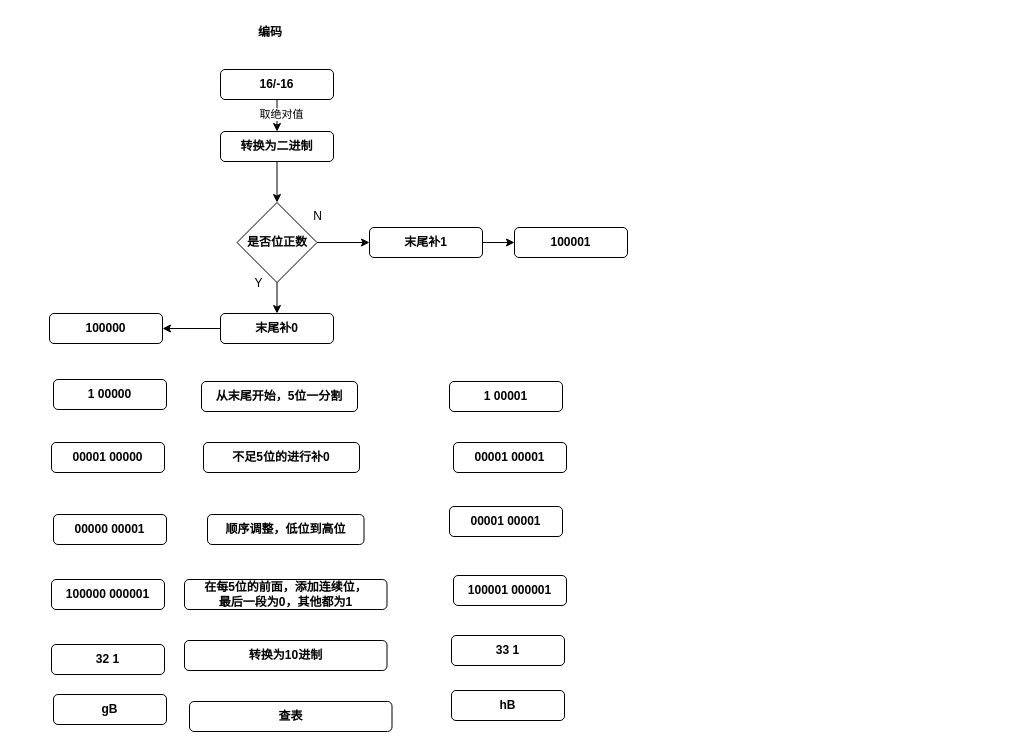
This is page "sourcemap" (6 of 6) of webpack/webpack5/webpack.drawio from nianxiongdi/fore-end, a draw.io file, before an edit. Source tidied: cells renumbered, new cells numbered last; positions are measured from the earlier drawing's top-left corner, leaving out a move shared by most shapes. Both pictures are drawn from the tidied source at 100%, with x=0, y=0 at pixel (49, 17).
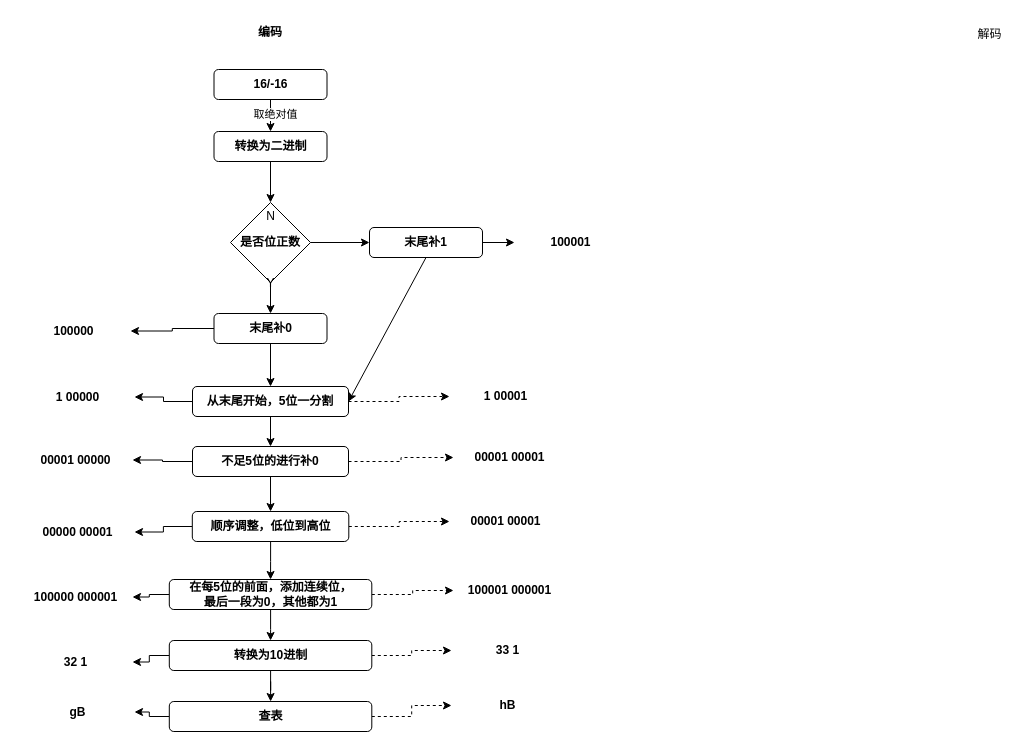
The same diagram, later.

What changed in the source:
```diff
@@
     <mxCell id="3" value="16/-16" style="rounded=1;whiteSpace=wrap;html=1;fontStyle=1;" parent="1" vertex="1">
-      <mxGeometry x="171" y="52" width="113" height="30" as="geometry" />
+      <mxGeometry x="164.5" y="52" width="113" height="30" as="geometry" />
     </mxCell>
     <mxCell id="4" value="是否位正数" style="rhombus;whiteSpace=wrap;html=1;fontStyle=1;" parent="1" vertex="1">
-      <mxGeometry x="187.5" y="185" width="80" height="80" as="geometry" />
+      <mxGeometry x="181" y="185" width="80" height="80" as="geometry" />
     </mxCell>
-    <mxCell id="5" value="100000" style="rounded=1;whiteSpace=wrap;html=1;fontStyle=1;" parent="1" vertex="1">
-      <mxGeometry y="296" width="113" height="30" as="geometry" />
-    </mxCell>
     <mxCell id="6" value="转换为二进制" style="rounded=1;whiteSpace=wrap;html=1;fontStyle=1;" parent="1" vertex="1">
-      <mxGeometry x="171" y="114" width="113" height="30" as="geometry" />
+      <mxGeometry x="164.5" y="114" width="113" height="30" as="geometry" />
     </mxCell>
@@
+    <mxCell id="5" value="100000" style="rounded=1;whiteSpace=wrap;html=1;fontStyle=1;strokeColor=none;" parent="1" vertex="1">
+      <mxGeometry x="-32" y="298.5" width="113" height="30" as="geometry" />
+    </mxCell>
@@
     <mxCell id="11" value="末尾补0" style="rounded=1;whiteSpace=wrap;html=1;fontStyle=1;" parent="1" vertex="1">
-      <mxGeometry x="171" y="296" width="113" height="30" as="geometry" />
+      <mxGeometry x="164.5" y="296" width="113" height="30" as="geometry" />
     </mxCell>
@@
-    <mxCell id="13" value="末尾补1" style="rounded=1;whiteSpace=wrap;html=1;fontStyle=1;" parent="1" vertex="1">
-      <mxGeometry x="320" y="210" width="113" height="30" as="geometry" />
-    </mxCell>
     <mxCell id="14" value="Y" style="text;html=1;align=center;verticalAlign=middle;strokeColor=none;fillColor=none;" parent="1" vertex="1">
-      <mxGeometry x="196" y="253" width="26" height="26" as="geometry" />
+      <mxGeometry x="208" y="253" width="26" height="26" as="geometry" />
     </mxCell>
     <mxCell id="15" value="N" style="text;html=1;align=center;verticalAlign=middle;strokeColor=none;fillColor=none;" parent="1" vertex="1">
-      <mxGeometry x="254" y="186" width="27" height="26" as="geometry" />
+      <mxGeometry x="207.5" y="186" width="27" height="26" as="geometry" />
     </mxCell>
@@
+    <mxCell id="37" style="edgeStyle=orthogonalEdgeStyle;rounded=0;jettySize=auto;html=1;dashed=1;" parent="1" edge="1" source="19" target="21">
+      <mxGeometry relative="1" as="geometry" />
+    </mxCell>
+    <mxCell id="38" style="edgeStyle=orthogonalEdgeStyle;rounded=0;jettySize=auto;html=1;" parent="1" edge="1" source="19" target="20">
+      <mxGeometry relative="1" as="geometry" />
+    </mxCell>
+    <mxCell id="19" value="从末尾开始，5位一分割" style="rounded=1;whiteSpace=wrap;html=1;fontStyle=1;" parent="1" vertex="1">
+      <mxGeometry x="143" y="369" width="156" height="30" as="geometry" />
+    </mxCell>
+    <mxCell id="39" style="edgeStyle=orthogonalEdgeStyle;rounded=0;jettySize=auto;html=1;dashed=1;" parent="1" edge="1" source="22" target="24">
+      <mxGeometry relative="1" as="geometry" />
+    </mxCell>
+    <mxCell id="40" style="edgeStyle=orthogonalEdgeStyle;rounded=0;jettySize=auto;html=1;" parent="1" edge="1" source="22" target="23">
+      <mxGeometry relative="1" as="geometry" />
+    </mxCell>
+    <mxCell id="22" value="不足5位的进行补0" style="rounded=1;whiteSpace=wrap;html=1;fontStyle=1;" parent="1" vertex="1">
+      <mxGeometry x="143" y="429" width="156" height="30" as="geometry" />
+    </mxCell>
+    <mxCell id="41" style="edgeStyle=orthogonalEdgeStyle;rounded=0;jettySize=auto;html=1;entryX=0.5;entryY=0;entryDx=0;entryDy=0;" parent="1" edge="1" source="25" target="28">
+      <mxGeometry relative="1" as="geometry" />
+    </mxCell>
+    <mxCell id="42" style="edgeStyle=orthogonalEdgeStyle;rounded=0;jettySize=auto;html=1;dashed=1;" parent="1" edge="1" source="25" target="27">
+      <mxGeometry relative="1" as="geometry" />
+    </mxCell>
+    <mxCell id="43" style="edgeStyle=orthogonalEdgeStyle;rounded=0;jettySize=auto;html=1;" parent="1" edge="1" source="25" target="26">
+      <mxGeometry relative="1" as="geometry" />
+    </mxCell>
+    <mxCell id="25" value="顺序调整，&lt;strong style=&quot;background-color: initial;&quot;&gt;低位到高位&lt;/strong&gt;" style="rounded=1;whiteSpace=wrap;html=1;fontStyle=1;" parent="1" vertex="1">
+      <mxGeometry x="142.8" y="494" width="156.5" height="30" as="geometry" />
+    </mxCell>
+    <mxCell id="44" style="edgeStyle=orthogonalEdgeStyle;rounded=0;jettySize=auto;html=1;entryX=0.5;entryY=0;entryDx=0;entryDy=0;" parent="1" edge="1" source="28" target="31">
+      <mxGeometry relative="1" as="geometry" />
+    </mxCell>
+    <mxCell id="45" style="edgeStyle=orthogonalEdgeStyle;rounded=0;jettySize=auto;html=1;dashed=1;strokeColor=default;" parent="1" edge="1" source="28" target="30">
+      <mxGeometry relative="1" as="geometry" />
+    </mxCell>
+    <mxCell id="46" style="edgeStyle=orthogonalEdgeStyle;rounded=0;jettySize=auto;html=1;" parent="1" edge="1" source="28" target="29">
+      <mxGeometry relative="1" as="geometry" />
+    </mxCell>
+    <mxCell id="28" value="在每5位的前面，添加连续位，&lt;div class=&quot;lake-content&quot;&gt;最后一段为0，其他都为1&lt;/div&gt;" style="rounded=1;whiteSpace=wrap;html=1;fontStyle=1;" parent="1" vertex="1">
+      <mxGeometry x="119.8" y="562" width="202.5" height="30" as="geometry" />
+    </mxCell>
+    <mxCell id="47" style="edgeStyle=orthogonalEdgeStyle;rounded=0;jettySize=auto;html=1;" parent="1" edge="1" source="31" target="36">
+      <mxGeometry relative="1" as="geometry" />
+    </mxCell>
+    <mxCell id="48" style="edgeStyle=orthogonalEdgeStyle;rounded=0;jettySize=auto;html=1;dashed=1;strokeColor=default;" parent="1" edge="1" source="31" target="33">
+      <mxGeometry relative="1" as="geometry" />
+    </mxCell>
+    <mxCell id="49" style="edgeStyle=orthogonalEdgeStyle;rounded=0;jettySize=auto;html=1;" parent="1" edge="1" source="31" target="32">
+      <mxGeometry relative="1" as="geometry" />
+    </mxCell>
+    <mxCell id="31" value="转换为10进制" style="rounded=1;whiteSpace=wrap;html=1;fontStyle=1;" parent="1" vertex="1">
+      <mxGeometry x="119.8" y="623" width="202.5" height="30" as="geometry" />
+    </mxCell>
+    <mxCell id="50" style="edgeStyle=orthogonalEdgeStyle;rounded=0;jettySize=auto;html=1;dashed=1;strokeColor=default;" parent="1" edge="1" source="36" target="35">
+      <mxGeometry relative="1" as="geometry" />
+    </mxCell>
+    <mxCell id="51" style="edgeStyle=orthogonalEdgeStyle;rounded=0;jettySize=auto;html=1;" parent="1" edge="1" source="36" target="34">
+      <mxGeometry relative="1" as="geometry" />
+    </mxCell>
+    <mxCell id="36" value="查表" style="rounded=1;whiteSpace=wrap;html=1;fontStyle=1;" parent="1" vertex="1">
+      <mxGeometry x="119.8" y="684" width="202.5" height="30" as="geometry" />
+    </mxCell>
+    <mxCell id="52" style="endArrow=classic;html=1;rounded=0;exitX=0.5;exitY=1;exitDx=0;exitDy=0;entryX=0.5;entryY=0;entryDx=0;entryDy=0;" parent="1" edge="1" source="11" target="19">
+      <mxGeometry relative="1" as="geometry" />
+    </mxCell>
+    <mxCell id="53" style="endArrow=classic;html=1;rounded=0;exitX=0.5;exitY=1;exitDx=0;exitDy=0;entryX=0.5;entryY=0;entryDx=0;entryDy=0;" parent="1" edge="1" source="19" target="22">
+      <mxGeometry relative="1" as="geometry" />
+    </mxCell>
+    <mxCell id="54" style="endArrow=classic;html=1;rounded=0;exitX=0.5;exitY=1;exitDx=0;exitDy=0;entryX=0.5;entryY=0;entryDx=0;entryDy=0;" parent="1" edge="1" source="22" target="25">
+      <mxGeometry relative="1" as="geometry" />
+    </mxCell>
+    <mxCell id="13" value="末尾补1" style="rounded=1;whiteSpace=wrap;html=1;fontStyle=1;" parent="1" vertex="1">
+      <mxGeometry x="320" y="210" width="113" height="30" as="geometry" />
+    </mxCell>
-    <mxCell id="17" value="100001" style="rounded=1;whiteSpace=wrap;html=1;fontStyle=1;" parent="1" vertex="1">
+    <mxCell id="17" value="100001" style="rounded=1;whiteSpace=wrap;html=1;fontStyle=1;strokeColor=none;" parent="1" vertex="1">
       <mxGeometry x="465" y="210" width="113" height="30" as="geometry" />
     </mxCell>
@@
-    <mxCell id="19" value="从末尾开始，5位一分割" style="rounded=1;whiteSpace=wrap;html=1;fontStyle=1;" parent="1" vertex="1">
-      <mxGeometry x="152" y="364" width="156" height="30" as="geometry" />
-    </mxCell>
-    <mxCell id="20" value="1 00000" style="rounded=1;whiteSpace=wrap;html=1;fontStyle=1;" parent="1" vertex="1">
-      <mxGeometry x="4" y="362" width="113" height="30" as="geometry" />
+    <mxCell id="20" value="1 00000" style="rounded=1;whiteSpace=wrap;html=1;fontStyle=1;strokeColor=none;" parent="1" vertex="1">
+      <mxGeometry x="-28" y="364.5" width="113" height="30" as="geometry" />
     </mxCell>
-    <mxCell id="21" value="1 00001" style="rounded=1;whiteSpace=wrap;html=1;fontStyle=1;" parent="1" vertex="1">
+    <mxCell id="21" value="1 00001" style="rounded=1;whiteSpace=wrap;html=1;fontStyle=1;strokeColor=none;" parent="1" vertex="1">
       <mxGeometry x="400" y="364" width="113" height="30" as="geometry" />
     </mxCell>
-    <mxCell id="22" value="不足5位的进行补0" style="rounded=1;whiteSpace=wrap;html=1;fontStyle=1;" parent="1" vertex="1">
-      <mxGeometry x="154" y="425" width="156" height="30" as="geometry" />
-    </mxCell>
-    <mxCell id="23" value="00001 00000" style="rounded=1;whiteSpace=wrap;html=1;fontStyle=1;" parent="1" vertex="1">
-      <mxGeometry x="2" y="425" width="113" height="30" as="geometry" />
+    <mxCell id="23" value="00001 00000" style="rounded=1;whiteSpace=wrap;html=1;fontStyle=1;strokeColor=none;" parent="1" vertex="1">
+      <mxGeometry x="-30" y="427.5" width="113" height="30" as="geometry" />
     </mxCell>
-    <mxCell id="24" value="00001&amp;nbsp;00001" style="rounded=1;whiteSpace=wrap;html=1;fontStyle=1;" parent="1" vertex="1">
+    <mxCell id="24" value="00001&amp;nbsp;00001" style="rounded=1;whiteSpace=wrap;html=1;fontStyle=1;strokeColor=none;" parent="1" vertex="1">
       <mxGeometry x="404" y="425" width="113" height="30" as="geometry" />
     </mxCell>
-    <mxCell id="25" value="顺序调整，&lt;strong style=&quot;background-color: initial;&quot;&gt;低位到高位&lt;/strong&gt;" style="rounded=1;whiteSpace=wrap;html=1;fontStyle=1;" parent="1" vertex="1">
-      <mxGeometry x="158" y="497" width="156.5" height="30" as="geometry" />
-    </mxCell>
-    <mxCell id="26" value="00000 00001" style="rounded=1;whiteSpace=wrap;html=1;fontStyle=1;" parent="1" vertex="1">
-      <mxGeometry x="4" y="497" width="113" height="30" as="geometry" />
+    <mxCell id="26" value="00000 00001" style="rounded=1;whiteSpace=wrap;html=1;fontStyle=1;strokeColor=none;" parent="1" vertex="1">
+      <mxGeometry x="-28" y="499.5" width="113" height="30" as="geometry" />
     </mxCell>
-    <mxCell id="27" value="00001&amp;nbsp;00001" style="rounded=1;whiteSpace=wrap;html=1;fontStyle=1;" parent="1" vertex="1">
+    <mxCell id="27" value="00001&amp;nbsp;00001" style="rounded=1;whiteSpace=wrap;html=1;fontStyle=1;strokeColor=none;" parent="1" vertex="1">
       <mxGeometry x="400" y="489" width="113" height="30" as="geometry" />
     </mxCell>
-    <mxCell id="28" value="在每5位的前面，添加连续位，&lt;div class=&quot;lake-content&quot;&gt;最后一段为0，其他都为1&lt;/div&gt;" style="rounded=1;whiteSpace=wrap;html=1;fontStyle=1;" parent="1" vertex="1">
-      <mxGeometry x="135" y="562" width="202.5" height="30" as="geometry" />
-    </mxCell>
-    <mxCell id="29" value="100000 000001" style="rounded=1;whiteSpace=wrap;html=1;fontStyle=1;" parent="1" vertex="1">
-      <mxGeometry x="2" y="562" width="113" height="30" as="geometry" />
+    <mxCell id="29" value="100000 000001" style="rounded=1;whiteSpace=wrap;html=1;fontStyle=1;strokeColor=none;" parent="1" vertex="1">
+      <mxGeometry x="-30" y="564.5" width="113" height="30" as="geometry" />
     </mxCell>
-    <mxCell id="30" value="100001 000001" style="rounded=1;whiteSpace=wrap;html=1;fontStyle=1;" parent="1" vertex="1">
+    <mxCell id="30" value="100001 000001" style="rounded=1;whiteSpace=wrap;html=1;fontStyle=1;strokeColor=none;" parent="1" vertex="1">
       <mxGeometry x="404" y="558" width="113" height="30" as="geometry" />
     </mxCell>
-    <mxCell id="31" value="转换为10进制" style="rounded=1;whiteSpace=wrap;html=1;fontStyle=1;" parent="1" vertex="1">
-      <mxGeometry x="135" y="623" width="202.5" height="30" as="geometry" />
-    </mxCell>
-    <mxCell id="32" value="32 1" style="rounded=1;whiteSpace=wrap;html=1;fontStyle=1;" parent="1" vertex="1">
-      <mxGeometry x="2" y="627" width="113" height="30" as="geometry" />
+    <mxCell id="32" value="32 1" style="rounded=1;whiteSpace=wrap;html=1;fontStyle=1;strokeColor=none;" parent="1" vertex="1">
+      <mxGeometry x="-30" y="629.5" width="113" height="30" as="geometry" />
     </mxCell>
-    <mxCell id="33" value="33 1" style="rounded=1;whiteSpace=wrap;html=1;fontStyle=1;" parent="1" vertex="1">
+    <mxCell id="33" value="33 1" style="rounded=1;whiteSpace=wrap;html=1;fontStyle=1;strokeColor=none;" parent="1" vertex="1">
       <mxGeometry x="402" y="618" width="113" height="30" as="geometry" />
     </mxCell>
-    <mxCell id="34" value="&lt;div class=&quot;lake-content&quot;&gt;gB&lt;/div&gt;" style="rounded=1;whiteSpace=wrap;html=1;fontStyle=1;" parent="1" vertex="1">
-      <mxGeometry x="4" y="677" width="113" height="30" as="geometry" />
+    <mxCell id="34" value="&lt;div class=&quot;lake-content&quot;&gt;gB&lt;/div&gt;" style="rounded=1;whiteSpace=wrap;html=1;fontStyle=1;strokeColor=none;" parent="1" vertex="1">
+      <mxGeometry x="-28" y="679.5" width="113" height="30" as="geometry" />
     </mxCell>
-    <mxCell id="35" value="&lt;div class=&quot;lake-content&quot;&gt;&lt;div class=&quot;lake-content&quot;&gt;hB&lt;/div&gt;&lt;/div&gt;" style="rounded=1;whiteSpace=wrap;html=1;fontStyle=1;" parent="1" vertex="1">
+    <mxCell id="35" value="&lt;div class=&quot;lake-content&quot;&gt;&lt;div class=&quot;lake-content&quot;&gt;hB&lt;/div&gt;&lt;/div&gt;" style="rounded=1;whiteSpace=wrap;html=1;fontStyle=1;strokeColor=none;fillColor=default;" parent="1" vertex="1">
       <mxGeometry x="402" y="673" width="113" height="30" as="geometry" />
     </mxCell>
-    <mxCell id="36" value="查表" style="rounded=1;whiteSpace=wrap;html=1;fontStyle=1;" parent="1" vertex="1">
-      <mxGeometry x="140" y="684" width="202.5" height="30" as="geometry" />
-    </mxCell>
+    <mxCell id="55" style="endArrow=classic;html=1;rounded=0;exitX=0.5;exitY=1;exitDx=0;exitDy=0;entryX=1;entryY=0.5;entryDx=0;entryDy=0;" parent="1" edge="1" source="13" target="19">
+      <mxGeometry relative="1" as="geometry" />
+    </mxCell>
+    <mxCell id="56" value="解码" style="text;html=1;align=center;verticalAlign=middle;strokeColor=none;fillColor=none;" parent="1" vertex="1">
+      <mxGeometry x="919" y="4" width="42" height="26" as="geometry" />
+    </mxCell>
```
